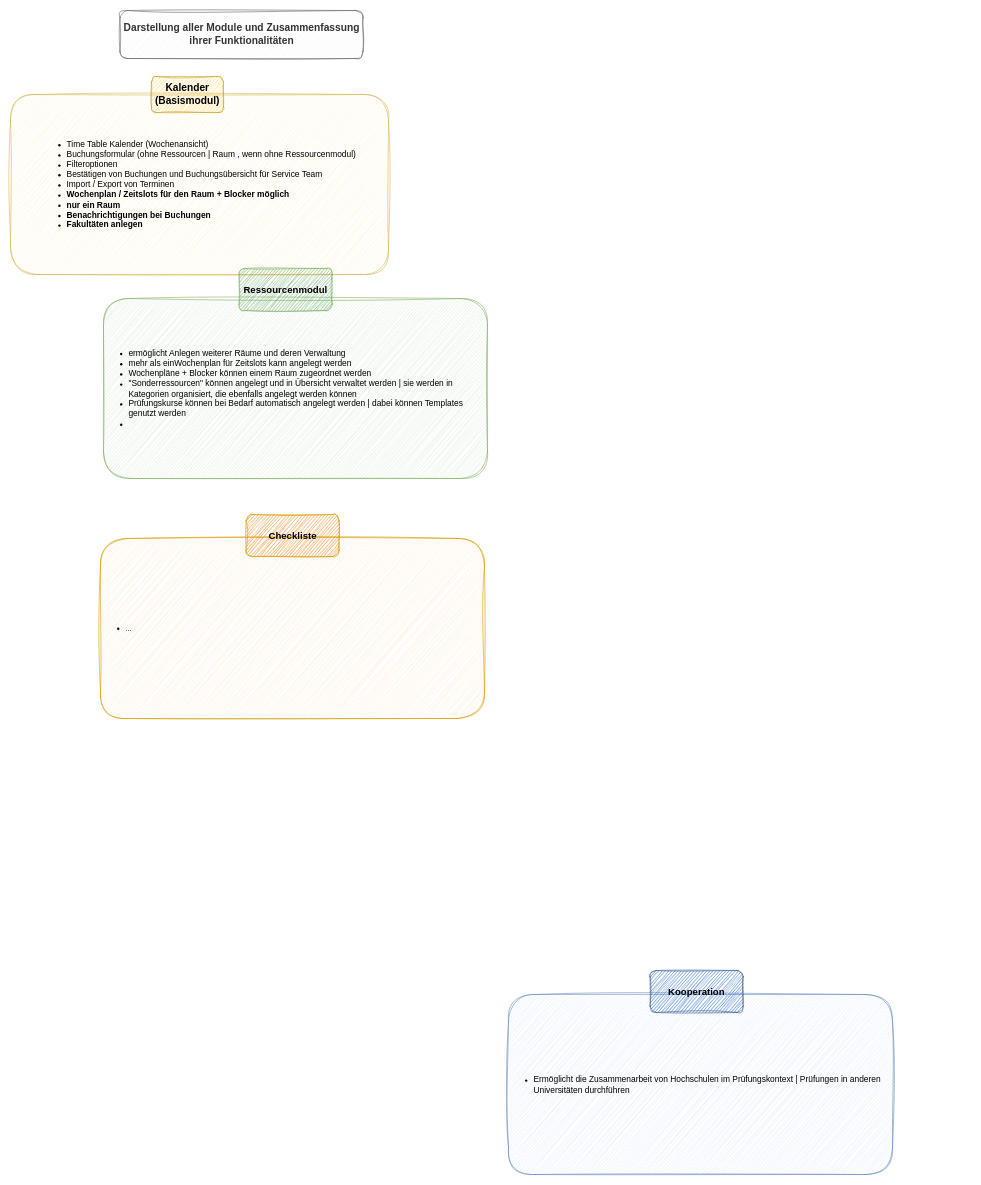
Above: page "Modul-Funktionalitäten" (1 of 5) of Ressourcenanlegen.drawio in melanietreitinger/buchungstool (draw.io), before the change. Source tidied: cells renumbered, new cells numbered last; positions are measured from the earlier drawing's top-left corner, leaving out a move shared by most shapes. Both pictures are drawn from the tidied source at 60%, with x=0, y=0 at pixel (10, 10).
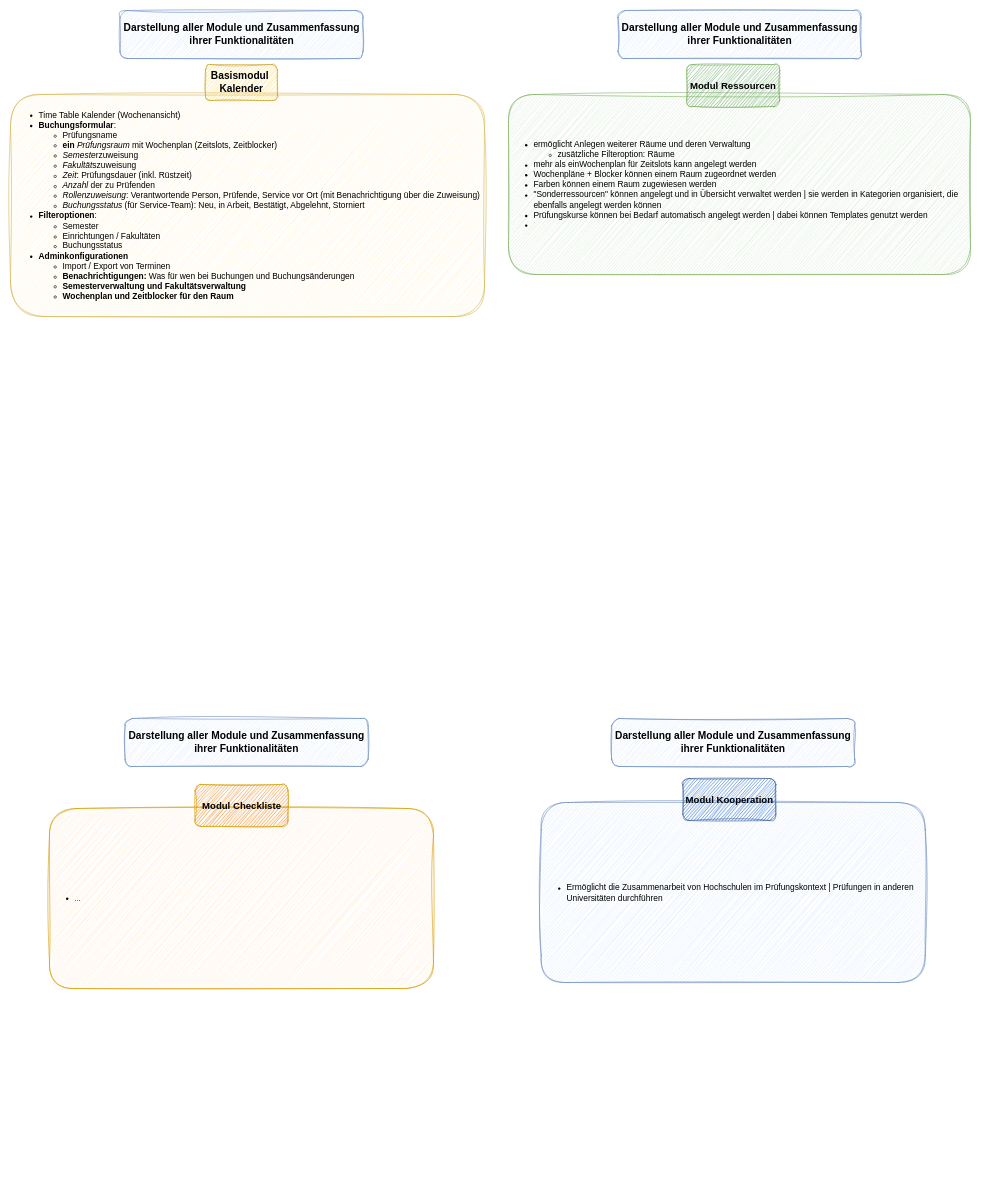
After the change.

The edit, as a diff of the source:
```diff
@@
 <mxGraphModel>
   <root>
     <mxCell id="0" />
     <mxCell id="1" parent="0" />
-    <mxCell id="2" value="&lt;div align=&quot;left&quot;&gt;&lt;ul&gt;&lt;li&gt;&lt;font style=&quot;font-size: 14px;&quot;&gt;Time Table Kalender (Wochenansicht)&lt;/font&gt;&lt;/li&gt;&lt;li&gt;&lt;font style=&quot;font-size: 14px;&quot;&gt;Buchungsformular (ohne Ressourcen | Raum , wenn ohne Ressourcenmodul)&lt;/font&gt;&lt;/li&gt;&lt;li&gt;&lt;font style=&quot;font-size: 14px;&quot;&gt;Filteroptionen&lt;/font&gt;&lt;/li&gt;&lt;li&gt;&lt;font style=&quot;font-size: 14px;&quot;&gt;Bestätigen von Buchungen und Buchungsübersicht für Service Team&lt;/font&gt;&lt;/li&gt;&lt;li&gt;&lt;font style=&quot;font-size: 14px;&quot;&gt;Import / Export von Terminen&lt;/font&gt;&lt;/li&gt;&lt;li&gt;&lt;b&gt;&lt;font style=&quot;font-size: 14px;&quot;&gt;Wochenplan / Zeitslots für den Raum + Blocker möglich&lt;/font&gt;&lt;/b&gt;&lt;/li&gt;&lt;li&gt;&lt;b&gt;&lt;font style=&quot;font-size: 14px;&quot;&gt;nur ein Raum&amp;nbsp;&lt;/font&gt;&lt;/b&gt;&lt;/li&gt;&lt;li&gt;&lt;b&gt;&lt;font style=&quot;font-size: 14px;&quot;&gt;Benachrichtigungen bei Buchungen&lt;/font&gt;&lt;/b&gt;&lt;/li&gt;&lt;li&gt;&lt;b&gt;&lt;font style=&quot;font-size: 14px;&quot;&gt;Fakultäten anlegen&lt;/font&gt;&lt;/b&gt;&lt;/li&gt;&lt;/ul&gt;&lt;/div&gt;" style="rounded=1;whiteSpace=wrap;html=1;fillColor=#fff2cc;strokeColor=#d6b656;sketch=1;curveFitting=1;jiggle=2;" parent="1" vertex="1">
-      <mxGeometry y="140" width="630" height="300" as="geometry" />
+    <mxCell id="2" value="&lt;div align=&quot;left&quot;&gt;&lt;ul&gt;&lt;li&gt;&lt;font style=&quot;font-size: 14px;&quot;&gt;Time Table Kalender (Wochenansicht)&lt;/font&gt;&lt;/li&gt;&lt;li&gt;&lt;font style=&quot;font-size: 14px;&quot;&gt;&lt;b&gt;Buchungsformular&lt;/b&gt;:&lt;/font&gt;&lt;/li&gt;&lt;ul&gt;&lt;li&gt;&lt;font style=&quot;font-size: 14px;&quot;&gt;Prüfungsname&amp;nbsp;&lt;/font&gt;&lt;/li&gt;&lt;li&gt;&lt;font style=&quot;font-size: 14px;&quot;&gt;&lt;b&gt;ein&lt;/b&gt; &lt;i&gt;Prüfungsraum&lt;/i&gt; mit Wochenpla&lt;/font&gt;&lt;font style=&quot;font-size: 14px;&quot;&gt;&lt;font style=&quot;&quot;&gt;n (&lt;/font&gt;Zeitslots, Zeitblocker)&lt;/font&gt;&lt;/li&gt;&lt;li&gt;&lt;font style=&quot;font-size: 14px;&quot;&gt;&lt;i&gt;Semeste&lt;/i&gt;rzuweisung&lt;/font&gt;&lt;/li&gt;&lt;li&gt;&lt;font style=&quot;font-size: 14px;&quot;&gt;&lt;i&gt;Fakultät&lt;/i&gt;s&lt;/font&gt;&lt;span style=&quot;font-size: 14px;&quot;&gt;zuweisung&lt;/span&gt;&lt;/li&gt;&lt;li&gt;&lt;font style=&quot;font-size: 14px;&quot;&gt;&lt;i&gt;Zeit&lt;/i&gt;: Prüfungsdauer (inkl. Rüstzeit)&lt;/font&gt;&lt;/li&gt;&lt;li&gt;&lt;font style=&quot;font-size: 14px;&quot;&gt;&lt;i&gt;Anzahl&lt;/i&gt; der zu Prüfenden&lt;/font&gt;&lt;/li&gt;&lt;li&gt;&lt;font style=&quot;font-size: 14px;&quot;&gt;&lt;i&gt;Rollenzuweisung&lt;/i&gt;: Verantwortende Person, Prüfende, Service vor Ort (mit Benachrichtigung über die Zuweisung)&lt;/font&gt;&lt;/li&gt;&lt;li&gt;&lt;font style=&quot;font-size: 14px;&quot;&gt;&lt;i&gt;Buchungsstatus&lt;/i&gt;&amp;nbsp;(für Service-Team):&amp;nbsp;&lt;/font&gt;&lt;span style=&quot;font-size: 14px;&quot;&gt;Neu, in Arbeit, Bestätigt, Abgelehnt, Storniert&lt;/span&gt;&lt;/li&gt;&lt;/ul&gt;&lt;li&gt;&lt;font style=&quot;font-size: 14px;&quot;&gt;&lt;b&gt;Filteroptionen&lt;/b&gt;:&lt;/font&gt;&lt;/li&gt;&lt;ul&gt;&lt;li&gt;&lt;font style=&quot;font-size: 14px;&quot;&gt;Semester&lt;/font&gt;&lt;/li&gt;&lt;li&gt;&lt;font style=&quot;font-size: 14px;&quot;&gt;Einrichtungen / Fakultäten&lt;/font&gt;&lt;/li&gt;&lt;li&gt;&lt;font style=&quot;font-size: 14px;&quot;&gt;Buchungsstatus&lt;/font&gt;&lt;/li&gt;&lt;/ul&gt;&lt;li&gt;&lt;font style=&quot;font-size: 14px;&quot;&gt;&lt;b&gt;Adminkonfigurationen&lt;/b&gt;&lt;/font&gt;&lt;/li&gt;&lt;ul&gt;&lt;li&gt;&lt;span style=&quot;font-size: 14px; background-color: transparent; color: light-dark(rgb(0, 0, 0), rgb(255, 255, 255)); text-align: center;&quot;&gt;Import / Export von Terminen&lt;/span&gt;&lt;/li&gt;&lt;li&gt;&lt;span style=&quot;background-color: transparent; color: light-dark(rgb(0, 0, 0), rgb(255, 255, 255)); text-align: center;&quot;&gt;&lt;font style=&quot;font-size: 14px;&quot;&gt;&lt;b&gt;Benachrichtigungen: &lt;/b&gt;Was für wen bei Buchungen und Buchungsänderungen&lt;/font&gt;&lt;/span&gt;&lt;/li&gt;&lt;li&gt;&lt;span style=&quot;font-size: 14px;&quot;&gt;&lt;b&gt;Semesterverwaltung und Fakultätsverwaltung&lt;/b&gt;&lt;/span&gt;&lt;/li&gt;&lt;li&gt;&lt;span style=&quot;font-size: 14px;&quot;&gt;&lt;b&gt;Wochenplan und Zeitblocker für den Raum&lt;/b&gt;&lt;/span&gt;&lt;/li&gt;&lt;/ul&gt;&lt;/ul&gt;&lt;/div&gt;" style="rounded=1;whiteSpace=wrap;html=1;fillColor=#fff2cc;strokeColor=#d6b656;sketch=1;curveFitting=1;jiggle=2;" parent="1" vertex="1">
+      <mxGeometry y="140" width="790" height="370" as="geometry" />
     </mxCell>
-    <mxCell id="3" value="&lt;font style=&quot;font-size: 17px;&quot;&gt;&lt;b&gt;Kalender (Basismodul)&lt;/b&gt;&lt;/font&gt;" style="rounded=1;whiteSpace=wrap;html=1;fillColor=light-dark(#ffd34f, #281d00);strokeColor=light-dark(#caa431, #6d5100);shadow=0;glass=0;sketch=1;curveFitting=1;jiggle=2;" parent="1" vertex="1">
-      <mxGeometry x="235" y="110" width="120" height="60" as="geometry" />
+    <mxCell id="3" value="&lt;font style=&quot;font-size: 17px;&quot;&gt;&lt;b&gt;Basismodul&amp;nbsp;&lt;/b&gt;&lt;/font&gt;&lt;div&gt;&lt;font style=&quot;font-size: 17px;&quot;&gt;&lt;b&gt;Kalender&lt;/b&gt;&lt;/font&gt;&lt;/div&gt;" style="rounded=1;whiteSpace=wrap;html=1;fillColor=light-dark(#ffd34f, #281d00);strokeColor=light-dark(#caa431, #6d5100);shadow=0;glass=0;sketch=1;curveFitting=1;jiggle=2;" parent="1" vertex="1">
+      <mxGeometry x="325" y="90" width="120" height="60" as="geometry" />
     </mxCell>
-    <mxCell id="4" value="&lt;div align=&quot;left&quot;&gt;&lt;ul&gt;&lt;li&gt;&lt;font style=&quot;font-size: 14px;&quot;&gt;ermöglicht Anlegen weiterer Räume und deren Verwaltung&lt;/font&gt;&lt;/li&gt;&lt;li&gt;&lt;font style=&quot;font-size: 14px;&quot;&gt;mehr als einWochenplan für Zeitslots kann angelegt werden&lt;/font&gt;&lt;/li&gt;&lt;li&gt;&lt;font style=&quot;font-size: 14px;&quot;&gt;Wochenpläne + Blocker können einem Raum zugeordnet werden&lt;/font&gt;&lt;/li&gt;&lt;li&gt;&lt;font style=&quot;font-size: 14px;&quot;&gt;&quot;Sonderressourcen&quot; können angelegt und in Übersicht verwaltet werden | sie werden in Kategorien organisiert, die ebenfalls angelegt werden können&lt;/font&gt;&lt;/li&gt;&lt;li&gt;&lt;font style=&quot;font-size: 14px;&quot;&gt;Prüfungskurse können bei Bedarf automatisch angelegt werden | dabei können Templates genutzt werden&lt;/font&gt;&lt;/li&gt;&lt;li&gt;&lt;font style=&quot;font-size: 14px;&quot;&gt;&lt;br&gt;&lt;/font&gt;&lt;/li&gt;&lt;/ul&gt;&lt;/div&gt;" style="rounded=1;whiteSpace=wrap;html=1;fillColor=#d5e8d4;strokeColor=#82b366;sketch=1;curveFitting=1;jiggle=2;align=left;" parent="1" vertex="1">
-      <mxGeometry x="155" y="480" width="640" height="300" as="geometry" />
+    <mxCell id="4" value="&lt;div align=&quot;left&quot;&gt;&lt;ul&gt;&lt;li&gt;&lt;font style=&quot;font-size: 14px;&quot;&gt;ermöglicht Anlegen weiterer Räume und deren Verwaltung&lt;/font&gt;&lt;/li&gt;&lt;ul&gt;&lt;li&gt;&lt;font style=&quot;font-size: 14px;&quot;&gt;zusätzliche Filteroption: Räume&lt;/font&gt;&lt;/li&gt;&lt;/ul&gt;&lt;li&gt;&lt;font style=&quot;font-size: 14px;&quot;&gt;mehr als einWochenplan für Zeitslots kann angelegt werden&lt;/font&gt;&lt;/li&gt;&lt;li&gt;&lt;font style=&quot;font-size: 14px;&quot;&gt;Wochenpläne + Blocker können einem Raum zugeordnet werden&lt;/font&gt;&lt;/li&gt;&lt;li&gt;&lt;font style=&quot;font-size: 14px;&quot;&gt;Farben können einem Raum zugewiesen werden&lt;/font&gt;&lt;/li&gt;&lt;li&gt;&lt;font style=&quot;font-size: 14px;&quot;&gt;&quot;Sonderressourcen&quot; können angelegt und in Übersicht verwaltet werden | sie werden in Kategorien organisiert, die ebenfalls angelegt werden können&lt;/font&gt;&lt;/li&gt;&lt;li&gt;&lt;font style=&quot;font-size: 14px;&quot;&gt;Prüfungskurse können bei Bedarf automatisch angelegt werden | dabei können Templates genutzt werden&lt;/font&gt;&lt;/li&gt;&lt;li&gt;&lt;font style=&quot;font-size: 14px;&quot;&gt;&lt;br&gt;&lt;/font&gt;&lt;/li&gt;&lt;/ul&gt;&lt;/div&gt;" style="rounded=1;whiteSpace=wrap;html=1;fillColor=#d5e8d4;strokeColor=#82b366;sketch=1;curveFitting=1;jiggle=2;align=left;" parent="1" vertex="1">
+      <mxGeometry x="830" y="140" width="770" height="300" as="geometry" />
     </mxCell>
-    <mxCell id="5" value="&lt;font style=&quot;font-size: 16px;&quot;&gt;&lt;b&gt;Ressourcenmodul&lt;/b&gt;&lt;/font&gt;" style="rounded=1;whiteSpace=wrap;html=1;fillColor=light-dark(#5ca558, #1f2f1e);strokeColor=#82b366;shadow=0;glass=0;sketch=1;curveFitting=1;jiggle=2;" parent="1" vertex="1">
-      <mxGeometry x="381" y="430" width="155" height="70" as="geometry" />
+    <mxCell id="5" value="&lt;font style=&quot;font-size: 16px;&quot;&gt;&lt;b&gt;Modul Ressourcen&lt;/b&gt;&lt;/font&gt;" style="rounded=1;whiteSpace=wrap;html=1;fillColor=light-dark(#5ca558, #1f2f1e);strokeColor=#82b366;shadow=0;glass=0;sketch=1;curveFitting=1;jiggle=2;" parent="1" vertex="1">
+      <mxGeometry x="1127" y="90" width="155" height="70" as="geometry" />
     </mxCell>
-    <mxCell id="6" value="&lt;font style=&quot;font-size: 17px;&quot;&gt;&lt;b&gt;Darstellung aller Module und Zusammenfassung ihrer Funktionalitäten&lt;/b&gt;&lt;/font&gt;" style="rounded=1;whiteSpace=wrap;html=1;fillColor=#f5f5f5;strokeColor=#666666;shadow=0;glass=0;sketch=1;curveFitting=1;jiggle=2;fontColor=#333333;" parent="1" vertex="1">
+    <mxCell id="6" value="&lt;font style=&quot;font-size: 17px;&quot;&gt;&lt;b&gt;Darstellung aller Module und Zusammenfassung ihrer Funktionalitäten&lt;/b&gt;&lt;/font&gt;" style="rounded=1;whiteSpace=wrap;html=1;fillColor=#dae8fc;strokeColor=#6c8ebf;shadow=0;glass=0;sketch=1;curveFitting=1;jiggle=2;" parent="1" vertex="1">
       <mxGeometry x="182.5" width="405" height="80" as="geometry" />
     </mxCell>
     <mxCell id="7" value="&lt;ul&gt;&lt;li&gt;...&lt;/li&gt;&lt;/ul&gt;" style="rounded=1;whiteSpace=wrap;html=1;fillColor=#ffe6cc;strokeColor=#d79b00;sketch=1;curveFitting=1;jiggle=2;align=left;" parent="1" vertex="1">
-      <mxGeometry x="150" y="880" width="640" height="300" as="geometry" />
+      <mxGeometry x="65" y="1330" width="640" height="300" as="geometry" />
     </mxCell>
-    <mxCell id="8" value="&lt;b&gt;&lt;font style=&quot;font-size: 16px;&quot;&gt;Checkliste&lt;/font&gt;&lt;/b&gt;" style="rounded=1;whiteSpace=wrap;html=1;fillColor=light-dark(#f07800, #36210a);strokeColor=#d79b00;shadow=0;glass=0;sketch=1;curveFitting=1;jiggle=2;" parent="1" vertex="1">
-      <mxGeometry x="392.5" y="840" width="155" height="70" as="geometry" />
+    <mxCell id="8" value="&lt;span style=&quot;font-size: 16px;&quot;&gt;&lt;b&gt;Modul Checkliste&lt;/b&gt;&lt;/span&gt;" style="rounded=1;whiteSpace=wrap;html=1;fillColor=light-dark(#f07800, #36210a);strokeColor=#d79b00;shadow=0;glass=0;sketch=1;curveFitting=1;jiggle=2;" parent="1" vertex="1">
+      <mxGeometry x="307.5" y="1290" width="155" height="70" as="geometry" />
     </mxCell>
     <mxCell id="9" value="&lt;ul&gt;&lt;li&gt;&lt;font style=&quot;font-size: 14px;&quot;&gt;Ermöglicht die Zusammenarbeit von Hochschulen im Prüfungskontext | Prüfungen in anderen Universitäten durchführen&lt;/font&gt;&lt;/li&gt;&lt;/ul&gt;" style="rounded=1;whiteSpace=wrap;html=1;fillColor=#dae8fc;strokeColor=#6c8ebf;sketch=1;curveFitting=1;jiggle=2;align=left;" parent="1" vertex="1">
-      <mxGeometry x="830" y="1640" width="640" height="300" as="geometry" />
+      <mxGeometry x="884.5" y="1320" width="640" height="300" as="geometry" />
     </mxCell>
-    <mxCell id="10" value="&lt;b&gt;&lt;font style=&quot;font-size: 16px;&quot;&gt;Kooperation&lt;/font&gt;&lt;/b&gt;" style="rounded=1;whiteSpace=wrap;html=1;fillColor=light-dark(#105ac9, #1d293b);strokeColor=light-dark(#416396, #5c79a3);shadow=0;glass=0;sketch=1;curveFitting=1;jiggle=2;" parent="1" vertex="1">
-      <mxGeometry x="1066" y="1600" width="155" height="70" as="geometry" />
+    <mxCell id="10" value="&lt;b&gt;&lt;font style=&quot;font-size: 16px;&quot;&gt;Modul Kooperation&lt;/font&gt;&lt;/b&gt;" style="rounded=1;whiteSpace=wrap;html=1;fillColor=light-dark(#105ac9, #1d293b);strokeColor=light-dark(#416396, #5c79a3);shadow=0;glass=0;sketch=1;curveFitting=1;jiggle=2;" parent="1" vertex="1">
+      <mxGeometry x="1120.5" y="1280" width="155" height="70" as="geometry" />
     </mxCell>
+    <mxCell id="11" value="&lt;font style=&quot;font-size: 17px;&quot;&gt;&lt;b&gt;Darstellung aller Module und Zusammenfassung ihrer Funktionalitäten&lt;/b&gt;&lt;/font&gt;" style="rounded=1;whiteSpace=wrap;html=1;fillColor=#dae8fc;strokeColor=#6c8ebf;shadow=0;glass=0;sketch=1;curveFitting=1;jiggle=2;" parent="1" vertex="1">
+      <mxGeometry x="1012.5" width="405" height="80" as="geometry" />
+    </mxCell>
+    <mxCell id="12" value="&lt;font style=&quot;font-size: 17px;&quot;&gt;&lt;b&gt;Darstellung aller Module und Zusammenfassung ihrer Funktionalitäten&lt;/b&gt;&lt;/font&gt;" style="rounded=1;whiteSpace=wrap;html=1;fillColor=#dae8fc;strokeColor=#6c8ebf;shadow=0;glass=0;sketch=1;curveFitting=1;jiggle=2;" parent="1" vertex="1">
+      <mxGeometry x="1002" y="1180" width="405" height="80" as="geometry" />
+    </mxCell>
+    <mxCell id="13" value="&lt;font style=&quot;font-size: 17px;&quot;&gt;&lt;b&gt;Darstellung aller Module und Zusammenfassung ihrer Funktionalitäten&lt;/b&gt;&lt;/font&gt;" style="rounded=1;whiteSpace=wrap;html=1;fillColor=#dae8fc;strokeColor=#6c8ebf;shadow=0;glass=0;sketch=1;curveFitting=1;jiggle=2;" parent="1" vertex="1">
+      <mxGeometry x="191" y="1180" width="405" height="80" as="geometry" />
+    </mxCell>
   </root>
 </mxGraphModel>
```
